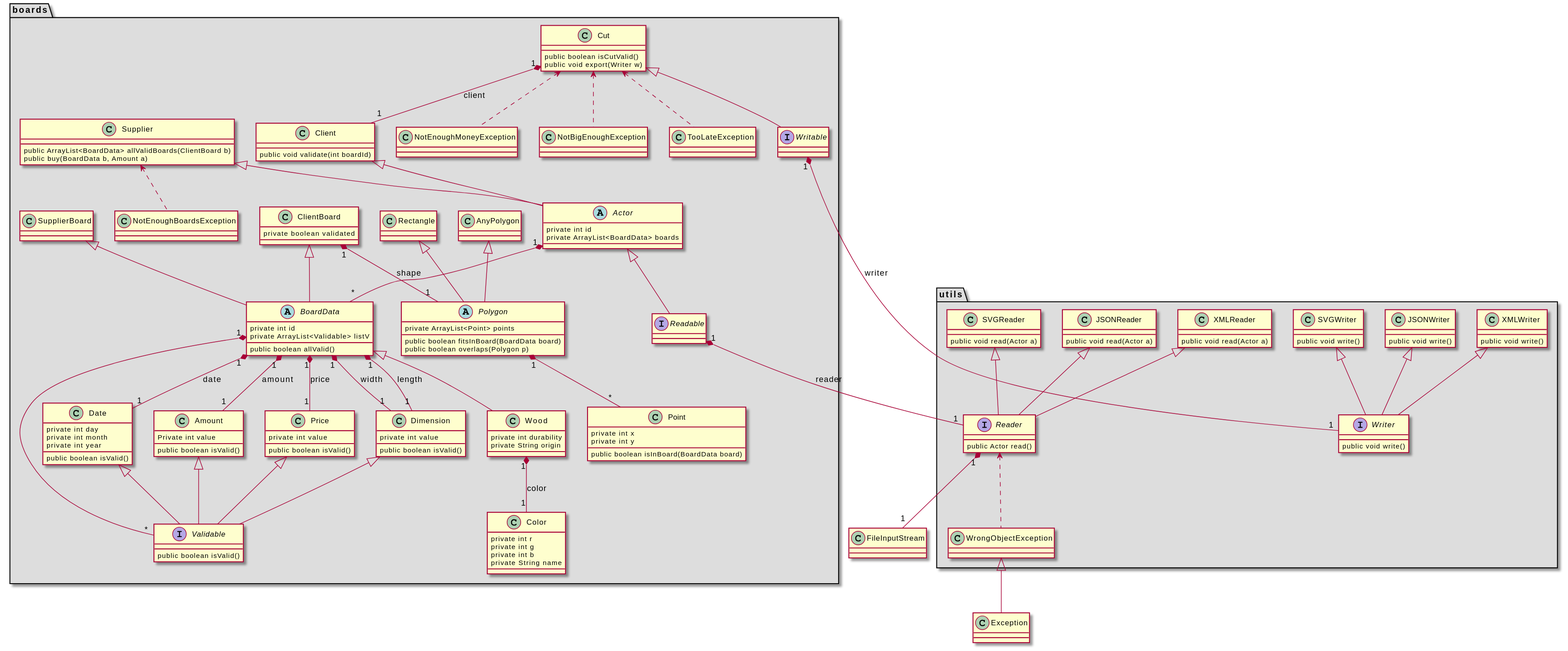
The PlantUML diagram Diagramme UML.svg in Alexandre-enseirb/PG220, before a commit.
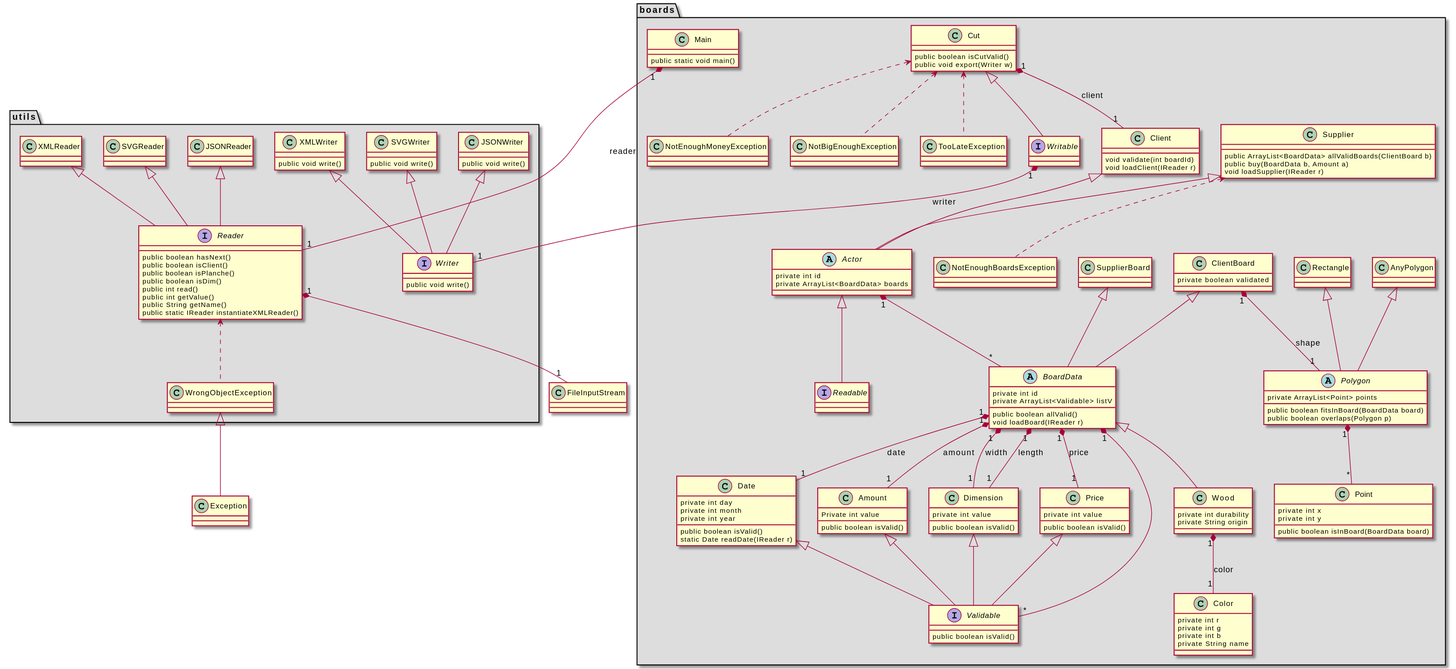
Later version of the same file.

Commit message:
class diagram update

Change to the diagram source:
```diff
@@ -2,6 +2,10 @@
 package boards #DDDDDD{
 	interface Validable{
 		public boolean isValid()
+	}
+
+	class Main{
+		public static void main()
 	}
 
 	interface Readable{
@@ -15,6 +19,7 @@
 	class Price{
 		private int value
 		public boolean isValid()
+
 	}
 
 	class Amount{
@@ -60,12 +65,14 @@
 		private int year
 
 		public boolean isValid()
+		static Date readDate(IReader r)
 	}
 
 	abstract BoardData{
 		private int id
 		private ArrayList<Validable> listV
 		public boolean allValid()
+		void loadBoard(IReader r)
 	}
 
 	class SupplierBoard{
@@ -88,12 +95,14 @@
 
 	class Client{
 
-		public void validate(int boardId)
+		void validate(int boardId)
+		void loadClient(IReader r)
 	}
 
 	class Supplier{
 		public ArrayList<BoardData> allValidBoards(ClientBoard b)
 		public buy(BoardData b, Amount a)
+		void loadSupplier(IReader r)
 	}
 
 
@@ -126,7 +135,14 @@
 package utils #DDDDDD{
 
 	interface Reader{
-		public Actor read()
+		public boolean hasNext()
+		public boolean isClient()
+		public boolean isPlanche()
+		public boolean isDim()
+		public int read()
+		public int getValue()
+		public String getName()
+		public static IReader instantiateXMLReader()
 	}
 
 	interface Writer{
@@ -150,17 +166,17 @@
 
 	class SVGReader{
 
-		public void read(Actor a)
+
 	}
 
 	class XMLReader{
 
-		public void read(Actor a)
+
 	}
 
 	class JSONReader{
 
-		public void read(Actor a)
+
 	}
 
 	class WrongObjectException
@@ -222,7 +238,7 @@
 Cut <|--        Writable
 
 Writable "1" *-- "1" Writer : writer
-Readable "1" *-- "1" Reader : reader
+Main     "1" *-- "1" Reader : reader
 
 Actor <|-- Readable
 @enduml
```
